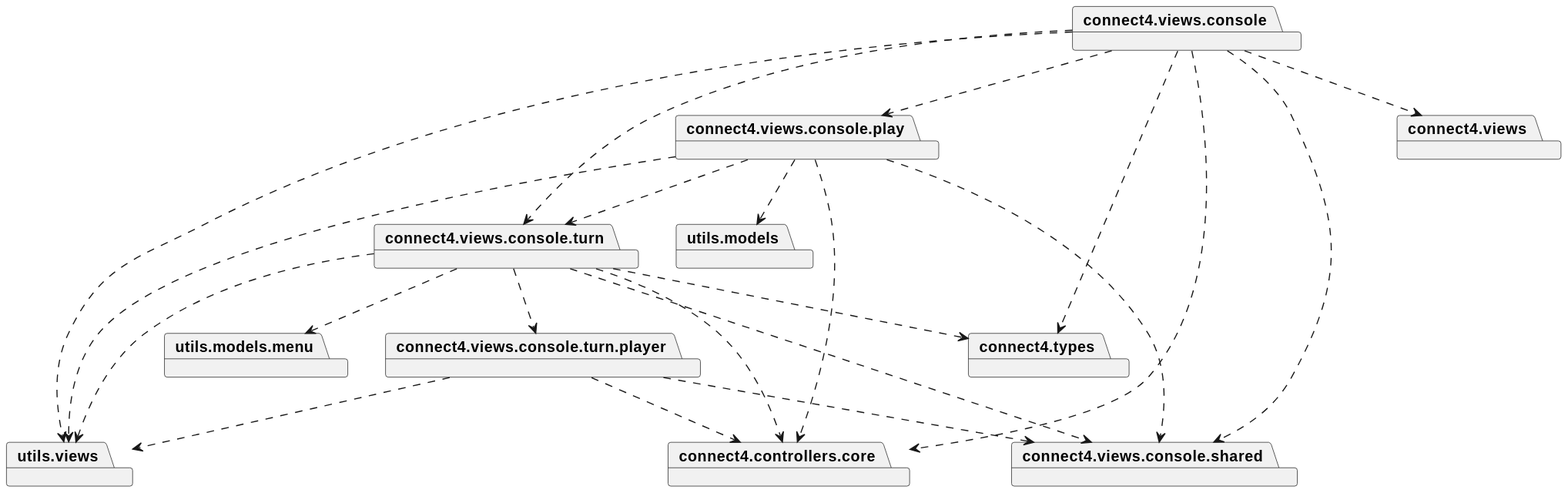
This is out/connect4/Docs/diagrams/src/packages/connect4.connect4.views.console-pkg/connect4.connect4.views.console-pkg.svg from js-rom/connect4, a PlantUML export, as it was before one commit.
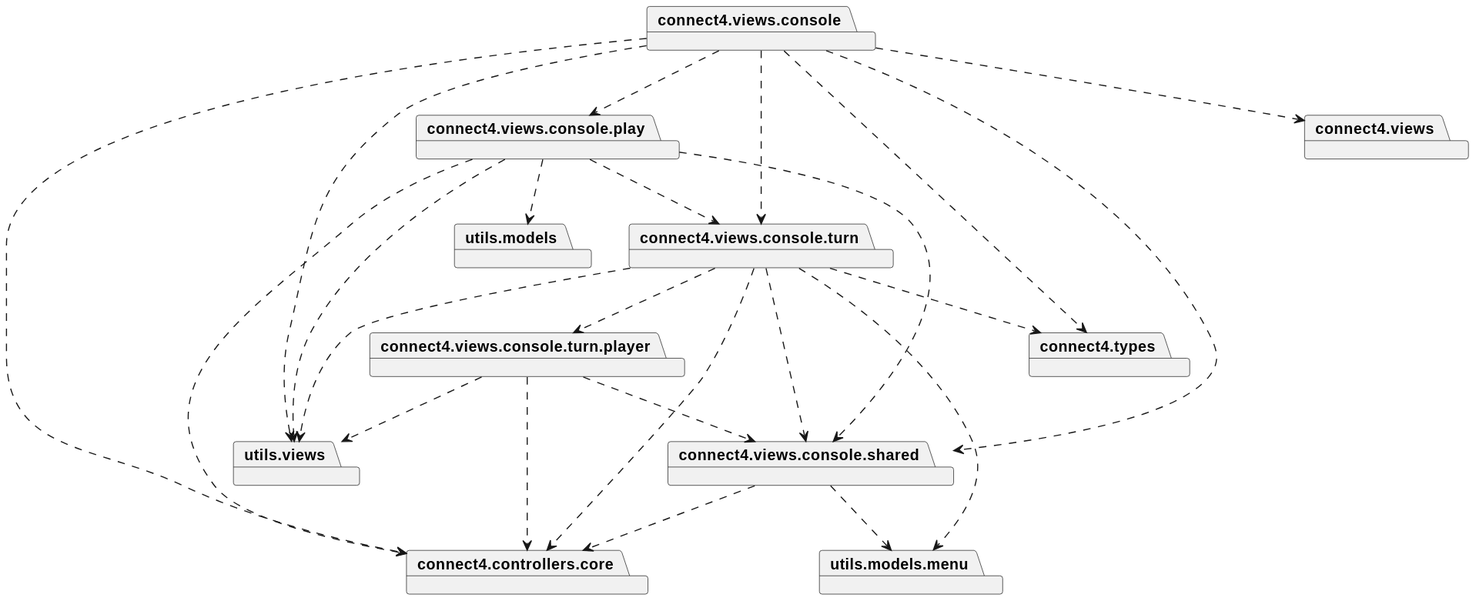
Above is the later version.

Change to the diagram source:
```diff
@@ -32,4 +32,6 @@
 connect4.views.console.turn.player ..> connect4.controllers.core
 connect4.views.console.turn.player ..> connect4.views.console.shared
 connect4.views.console.turn.player ..> utils.views
+connect4.views.console.shared ..> connect4.controllers.core
+connect4.views.console.shared ..> utils.models.menu
 @enduml
```
